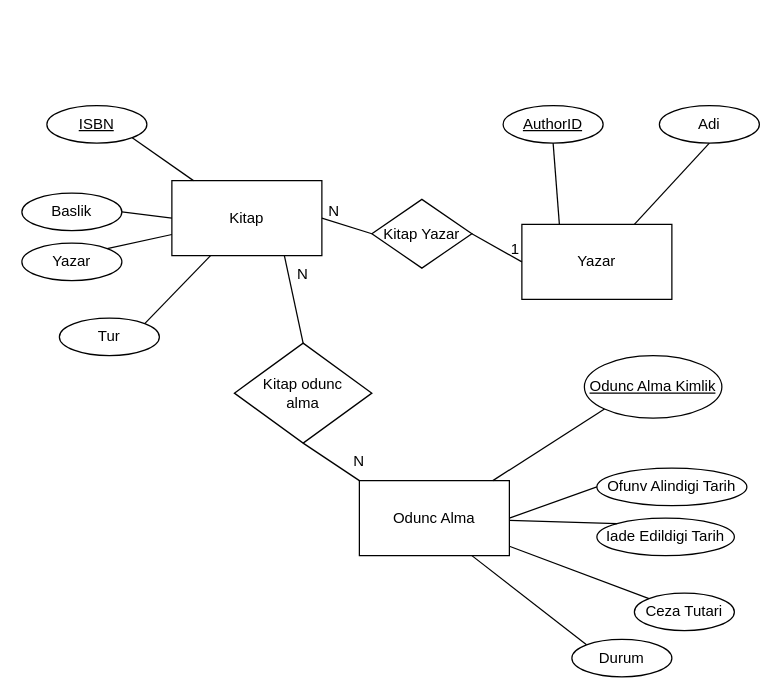
Before: LapWeek5/Soru1.drawio in MOHAMMEDALMASHHOR/Yazilim_Tasarim_ve_Mimarisi, a draw.io diagram. Source tidied: cells renumbered, new cells numbered last; positions are measured from the earlier drawing's top-left corner, leaving out a move shared by most shapes. Both pictures are drawn from the tidied source at 125%, with x=0, y=0 at pixel (21, 105).
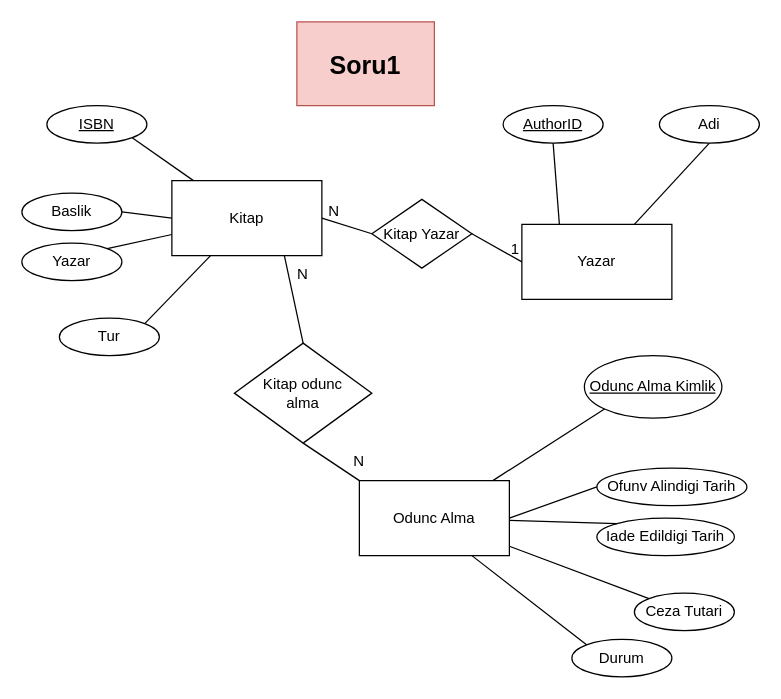
The same diagram, later.

Diff of the diagram source:
```diff
@@
+    <mxCell id="37" value="&lt;b&gt;&lt;font style=&quot;font-size: 20px;&quot;&gt;Soru1&lt;/font&gt;&lt;/b&gt;" style="text;html=1;align=center;verticalAlign=middle;whiteSpace=wrap;rounded=0;fillColor=#f8cecc;strokeColor=#b85450;" parent="1" vertex="1">
+      <mxGeometry x="220" y="-67" width="110" height="67" as="geometry" />
+    </mxCell>
```
